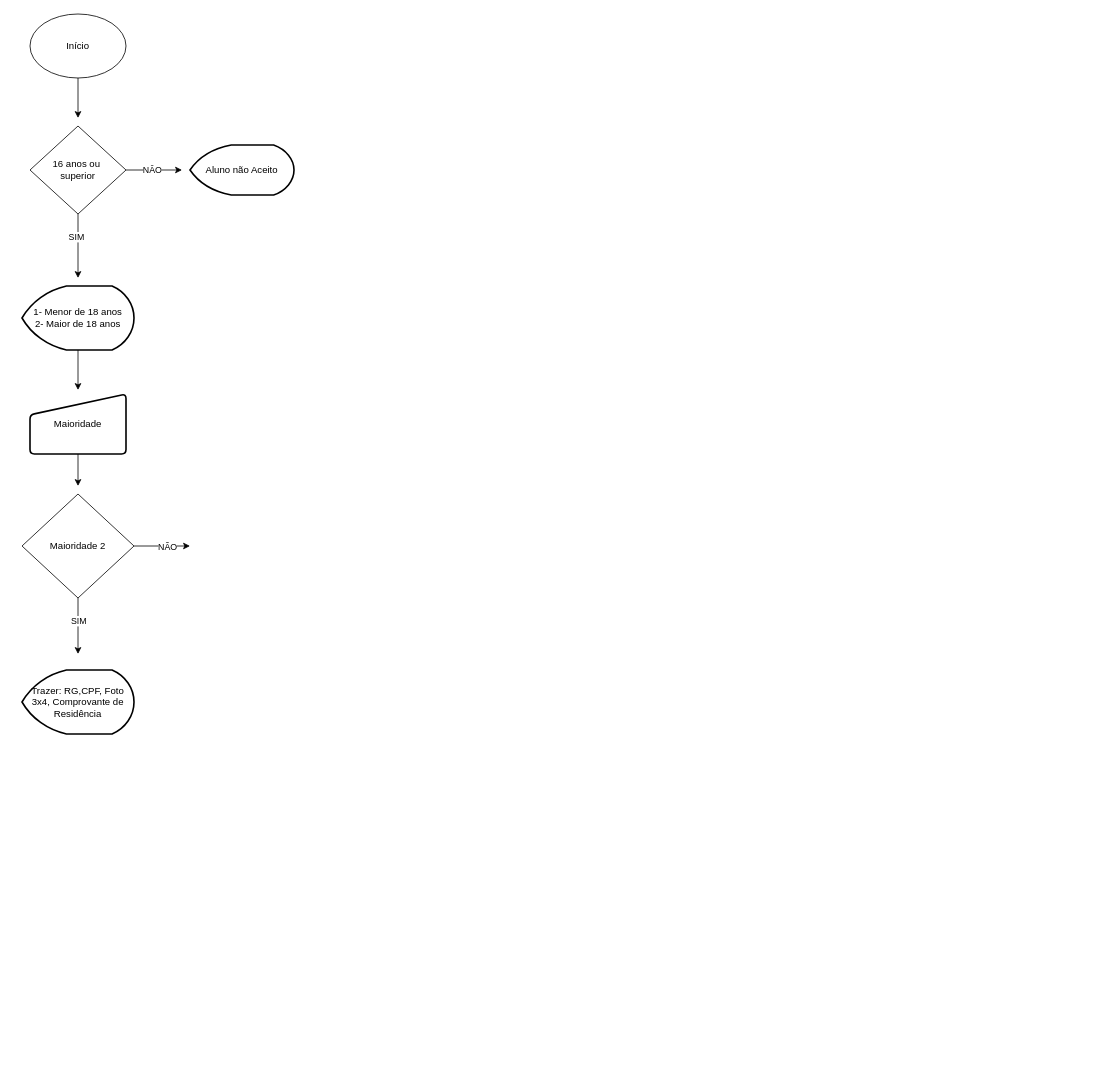
The draw.io diagram page "TESTAGEM" (2 of 2) of Exercício.drawio in Ins1d3r8/Primeiro-Algor-tmo, before the edit. Source tidied: cells renumbered, new cells numbered last; positions are measured from the earlier drawing's top-left corner, leaving out a move shared by most shapes. Both pictures are drawn from the tidied source at 80%, with x=0, y=0 at pixel (22, 14).
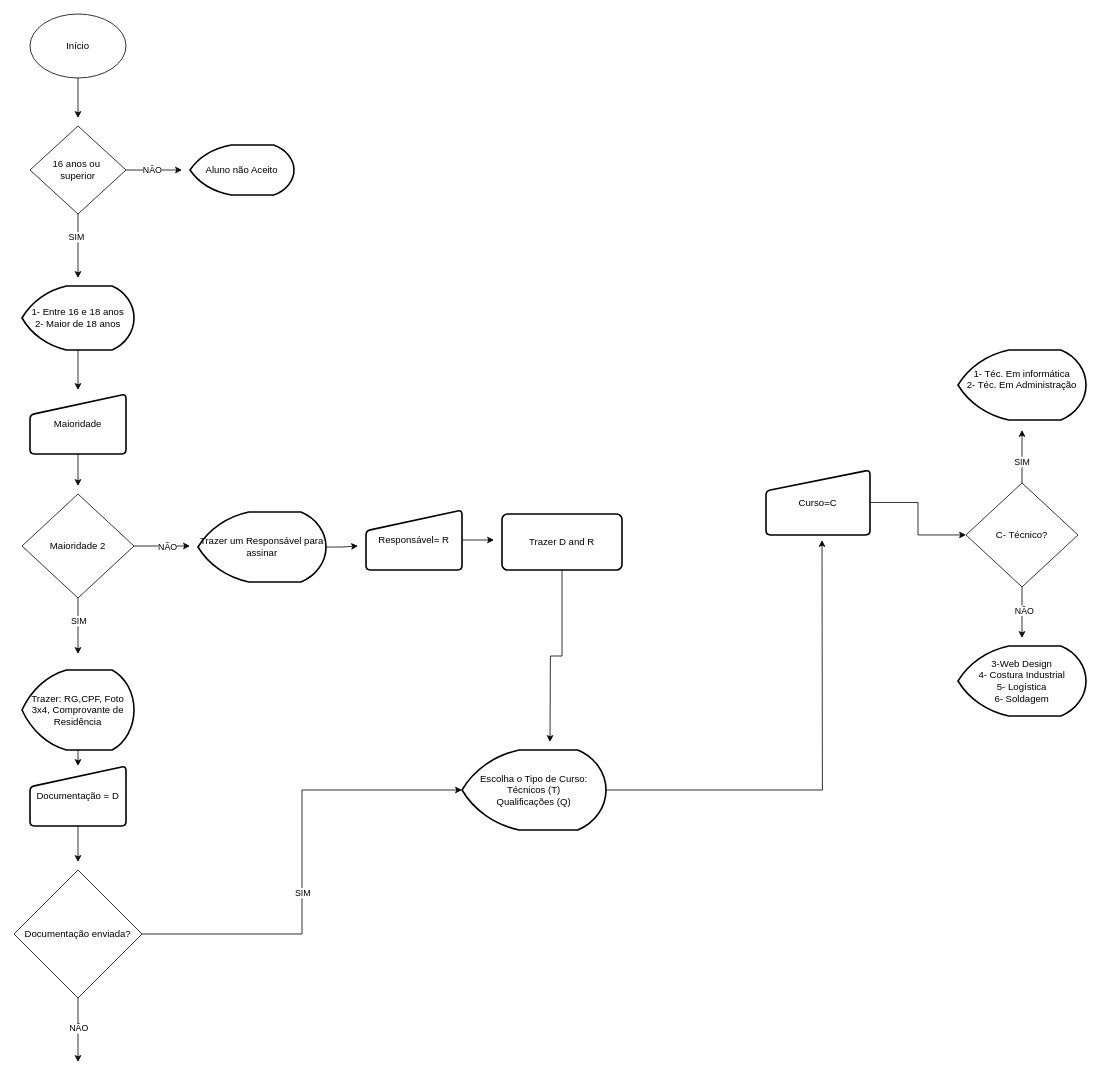
The same diagram, later.

The edit, as a diff of the source:
```diff
@@
-    <mxCell id="11" value="&lt;div&gt;1- Menor de 18 anos&lt;/div&gt;&lt;div&gt;2- Maior de 18 anos&lt;br&gt;&lt;/div&gt;" style="strokeWidth=2;html=1;shape=mxgraph.flowchart.display;whiteSpace=wrap;" parent="1" vertex="1">
+    <mxCell id="11" value="&lt;div&gt;1- Entre 16 e 18 anos&lt;/div&gt;&lt;div&gt;2- Maior de 18 anos&lt;br&gt;&lt;/div&gt;" style="strokeWidth=2;html=1;shape=mxgraph.flowchart.display;whiteSpace=wrap;" parent="1" vertex="1">
       <mxGeometry y="340" width="140" height="80" as="geometry" />
     </mxCell>
@@
+    <mxCell id="20" style="edgeStyle=orthogonalEdgeStyle;rounded=0;jettySize=auto;html=1;" parent="1" edge="1" source="19">
+      <mxGeometry relative="1" as="geometry">
+        <mxPoint x="70" y="940" as="targetPoint" />
+      </mxGeometry>
+    </mxCell>
     <mxCell id="19" value="Trazer: RG,CPF, Foto 3x4, Comprovante de Residência" style="strokeWidth=2;html=1;shape=mxgraph.flowchart.display;whiteSpace=wrap;" parent="1" vertex="1">
-      <mxGeometry y="820" width="140" height="80" as="geometry" />
+      <mxGeometry y="820" width="140" height="100" as="geometry" />
     </mxCell>
+    <mxCell id="21" style="edgeStyle=orthogonalEdgeStyle;rounded=0;jettySize=auto;html=1;" parent="1" edge="1" source="22">
+      <mxGeometry relative="1" as="geometry">
+        <mxPoint x="420" y="665" as="targetPoint" />
+      </mxGeometry>
+    </mxCell>
+    <mxCell id="22" value="Trazer um Responsável para assinar" style="strokeWidth=2;html=1;shape=mxgraph.flowchart.display;whiteSpace=wrap;" parent="1" vertex="1">
+      <mxGeometry x="220" y="622.5" width="160" height="87.5" as="geometry" />
+    </mxCell>
+    <mxCell id="23" style="edgeStyle=orthogonalEdgeStyle;rounded=0;jettySize=auto;html=1;" parent="1" edge="1" source="24">
+      <mxGeometry relative="1" as="geometry">
+        <mxPoint x="70" y="1060" as="targetPoint" />
+      </mxGeometry>
+    </mxCell>
+    <mxCell id="24" value="Documentação = D" style="html=1;strokeWidth=2;shape=manualInput;whiteSpace=wrap;rounded=1;size=26;arcSize=11;" parent="1" vertex="1">
+      <mxGeometry x="10" y="940" width="120" height="75" as="geometry" />
+    </mxCell>
+    <mxCell id="25" style="edgeStyle=orthogonalEdgeStyle;rounded=0;jettySize=auto;html=1;" parent="1" edge="1" source="26">
+      <mxGeometry relative="1" as="geometry">
+        <mxPoint x="590" y="657.5" as="targetPoint" />
+      </mxGeometry>
+    </mxCell>
+    <mxCell id="26" value="Responsável= R" style="html=1;strokeWidth=2;shape=manualInput;whiteSpace=wrap;rounded=1;size=26;arcSize=11;" parent="1" vertex="1">
+      <mxGeometry x="430" y="620" width="120" height="75" as="geometry" />
+    </mxCell>
+    <mxCell id="27" style="edgeStyle=orthogonalEdgeStyle;rounded=0;jettySize=auto;html=1;" parent="1" edge="1" source="28">
+      <mxGeometry relative="1" as="geometry">
+        <mxPoint x="660" y="910" as="targetPoint" />
+      </mxGeometry>
+    </mxCell>
+    <mxCell id="28" value="Trazer D and R" style="rounded=1;whiteSpace=wrap;html=1;absoluteArcSize=1;arcSize=14;strokeWidth=2;" parent="1" vertex="1">
+      <mxGeometry x="600" y="625" width="150" height="70" as="geometry" />
+    </mxCell>
+    <mxCell id="29" style="edgeStyle=orthogonalEdgeStyle;rounded=0;jettySize=auto;html=1;" parent="1" edge="1" source="30">
+      <mxGeometry relative="1" as="geometry">
+        <mxPoint x="1000" y="657.5" as="targetPoint" />
+      </mxGeometry>
+    </mxCell>
+    <mxCell id="30" value="&lt;div&gt;Escolha o Tipo de Curso: &lt;br&gt;&lt;/div&gt;&lt;div&gt;Técnicos (T)&lt;/div&gt;&lt;div&gt;Qualificações (Q) &lt;br&gt;&lt;/div&gt;" style="strokeWidth=2;html=1;shape=mxgraph.flowchart.display;whiteSpace=wrap;" parent="1" vertex="1">
+      <mxGeometry x="550" y="920" width="180" height="100" as="geometry" />
+    </mxCell>
+    <mxCell id="31" style="edgeStyle=orthogonalEdgeStyle;rounded=0;jettySize=auto;html=1;entryX=0;entryY=0.5;entryDx=0;entryDy=0;" parent="1" edge="1" source="32" target="37">
+      <mxGeometry relative="1" as="geometry" />
+    </mxCell>
+    <mxCell id="32" value="&lt;div&gt;Curso=C&lt;br&gt;&lt;/div&gt;" style="html=1;strokeWidth=2;shape=manualInput;whiteSpace=wrap;rounded=1;size=26;arcSize=11;" parent="1" vertex="1">
+      <mxGeometry x="930" y="570" width="130" height="81.2" as="geometry" />
+    </mxCell>
+    <mxCell id="33" style="edgeStyle=orthogonalEdgeStyle;rounded=0;jettySize=auto;html=1;" parent="1" edge="1" source="37">
+      <mxGeometry relative="1" as="geometry">
+        <mxPoint x="1250" y="520" as="targetPoint" />
+      </mxGeometry>
+    </mxCell>
+    <mxCell id="34" value="SIM" style="edgeLabel;html=1;align=center;verticalAlign=middle;" parent="33" vertex="1">
+      <mxGeometry x="-0.18" y="1" relative="1" as="geometry" />
+    </mxCell>
+    <mxCell id="35" style="edgeStyle=orthogonalEdgeStyle;rounded=0;jettySize=auto;html=1;" parent="1" edge="1" source="37">
+      <mxGeometry relative="1" as="geometry">
+        <mxPoint x="1250" y="780" as="targetPoint" />
+      </mxGeometry>
+    </mxCell>
+    <mxCell id="36" value="NÃO" style="edgeLabel;html=1;align=center;verticalAlign=middle;" parent="35" vertex="1">
+      <mxGeometry x="-0.11" y="2" relative="1" as="geometry" />
+    </mxCell>
+    <mxCell id="37" value="C- Técnico?" style="rhombus;whiteSpace=wrap;html=1;" parent="1" vertex="1">
+      <mxGeometry x="1180" y="586.2" width="140" height="130" as="geometry" />
+    </mxCell>
+    <mxCell id="38" value="&lt;div&gt;1- Téc. Em informática&lt;/div&gt;&lt;div&gt;2- Téc. Em Administração&lt;/div&gt;&lt;div&gt;&lt;br&gt;&lt;/div&gt;" style="strokeWidth=2;html=1;shape=mxgraph.flowchart.display;whiteSpace=wrap;" parent="1" vertex="1">
+      <mxGeometry x="1170" y="420" width="160" height="87.5" as="geometry" />
+    </mxCell>
+    <mxCell id="39" value="&lt;div&gt;3-Web Design&lt;/div&gt;&lt;div&gt;4- Costura Industrial&lt;/div&gt;&lt;div&gt;5- Logística&lt;/div&gt;&lt;div&gt;6- Soldagem&lt;br&gt;&lt;/div&gt;" style="strokeWidth=2;html=1;shape=mxgraph.flowchart.display;whiteSpace=wrap;" parent="1" vertex="1">
+      <mxGeometry x="1170" y="790" width="160" height="87.5" as="geometry" />
+    </mxCell>
+    <mxCell id="40" style="edgeStyle=orthogonalEdgeStyle;rounded=0;jettySize=auto;html=1;entryX=0;entryY=0.5;entryDx=0;entryDy=0;entryPerimeter=0;" parent="1" edge="1" source="44" target="30">
+      <mxGeometry relative="1" as="geometry" />
+    </mxCell>
+    <mxCell id="41" value="SIM" style="edgeLabel;html=1;align=center;verticalAlign=middle;" parent="40" vertex="1">
+      <mxGeometry x="-0.13" relative="1" as="geometry" />
+    </mxCell>
+    <mxCell id="42" style="edgeStyle=orthogonalEdgeStyle;rounded=0;jettySize=auto;html=1;" parent="1" edge="1" source="44">
+      <mxGeometry relative="1" as="geometry">
+        <mxPoint x="70" y="1310" as="targetPoint" />
+      </mxGeometry>
+    </mxCell>
+    <mxCell id="43" value="NÃO" style="edgeLabel;html=1;align=center;verticalAlign=middle;" parent="42" vertex="1">
+      <mxGeometry x="-0.08" relative="1" as="geometry" />
+    </mxCell>
+    <mxCell id="44" value="Documentação enviada?" style="rhombus;whiteSpace=wrap;html=1;" parent="1" vertex="1">
+      <mxGeometry x="-10" y="1070" width="160" height="160" as="geometry" />
+    </mxCell>
```
